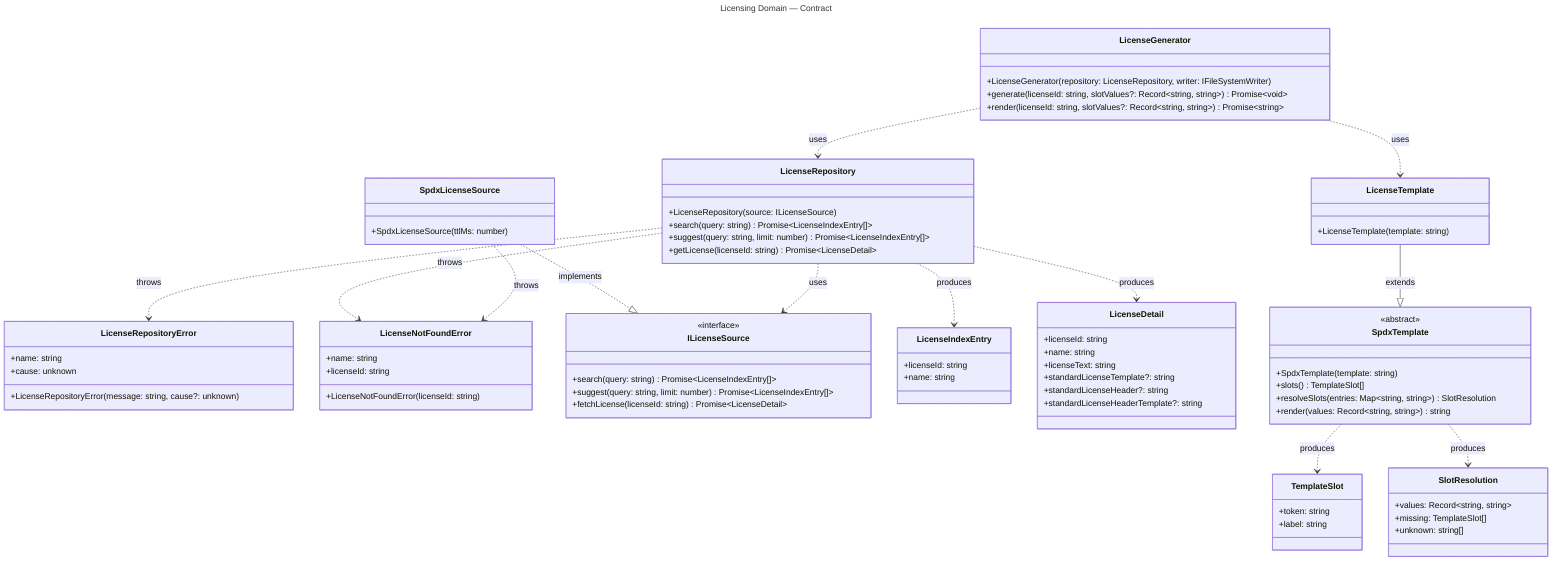
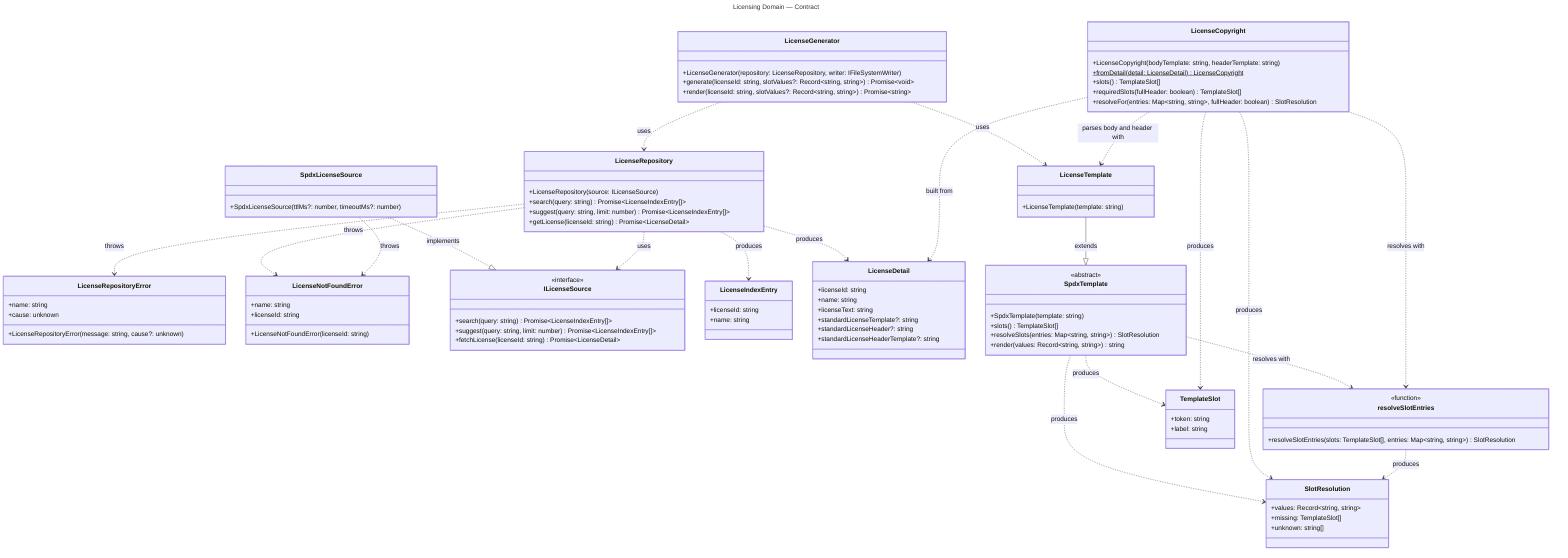
---
title: Licensing Domain — Contract
---
classDiagram
  direction TB

  %% Domain: Licensing (src/licensing)
  %% Focused per-domain view extracted from ../class-diagram.mmd.
  %% Shows ONLY Licensing-domain classes and their intra-domain relationships.
  %% Cross-domain relationships (the generator writes through Configuration;
  %% HeaderTemplate extends SpdxTemplate from Headers; consumers in the bootstrap,
  %% CLI and Headers) are intentionally omitted — see ../class-diagram.mmd.

  class LicenseRepository {
    +LicenseRepository(source: ILicenseSource)
    +search(query: string) Promise~LicenseIndexEntry[]~
    +suggest(query: string, limit: number) Promise~LicenseIndexEntry[]~
    +getLicense(licenseId: string) Promise~LicenseDetail~
  }

  class LicenseRepositoryError {
    +name: string
    +cause: unknown
    +LicenseRepositoryError(message: string, cause?: unknown)
  }

  class LicenseNotFoundError {
    +name: string
    +licenseId: string
    +LicenseNotFoundError(licenseId: string)
  }

  class ILicenseSource {
    <<interface>>
    +search(query: string) Promise~LicenseIndexEntry[]~
    +suggest(query: string, limit: number) Promise~LicenseIndexEntry[]~
    +fetchLicense(licenseId: string) Promise~LicenseDetail~
  }

  class SpdxLicenseSource {
-     +SpdxLicenseSource(ttlMs: number)
+     +SpdxLicenseSource(ttlMs?: number, timeoutMs?: number)
  }

  class LicenseIndexEntry {
    +licenseId: string
    +name: string
  }

  class LicenseDetail {
    +licenseId: string
    +name: string
    +licenseText: string
    +standardLicenseTemplate?: string
    +standardLicenseHeader?: string
    +standardLicenseHeaderTemplate?: string
  }

  class SpdxTemplate {
    <<abstract>>
    +SpdxTemplate(template: string)
    +slots() TemplateSlot[]
    +resolveSlots(entries: Map~string, string~) SlotResolution
    +render(values: Record~string, string~) string
  }

  class LicenseTemplate {
    +LicenseTemplate(template: string)
+   }
+ 
+   class LicenseCopyright {
+     +LicenseCopyright(bodyTemplate: string, headerTemplate: string)
+     +fromDetail(detail: LicenseDetail)$ LicenseCopyright
+     +slots() TemplateSlot[]
+     +requiredSlots(fullHeader: boolean) TemplateSlot[]
+     +resolveFor(entries: Map~string, string~, fullHeader: boolean) SlotResolution
+   }
+ 
+   class resolveSlotEntries {
+     <<function>>
+     +resolveSlotEntries(slots: TemplateSlot[], entries: Map~string, string~) SlotResolution
  }

  class TemplateSlot {
    +token: string
    +label: string
  }

  class SlotResolution {
    +values: Record~string, string~
    +missing: TemplateSlot[]
    +unknown: string[]
  }

  class LicenseGenerator {
    +LicenseGenerator(repository: LicenseRepository, writer: IFileSystemWriter)
    +generate(licenseId: string, slotValues?: Record~string, string~) Promise~void~
    +render(licenseId: string, slotValues?: Record~string, string~) Promise~string~
  }

  SpdxLicenseSource ..|> ILicenseSource : implements
  LicenseRepository ..> ILicenseSource : uses
  LicenseRepository ..> LicenseIndexEntry : produces
  LicenseRepository ..> LicenseDetail : produces
  LicenseRepository ..> LicenseRepositoryError : throws
  LicenseRepository ..> LicenseNotFoundError : throws
  SpdxLicenseSource ..> LicenseNotFoundError : throws
  LicenseGenerator ..> LicenseRepository : uses
  LicenseGenerator ..> LicenseTemplate : uses
  LicenseTemplate --|> SpdxTemplate : extends
  SpdxTemplate ..> TemplateSlot : produces
  SpdxTemplate ..> SlotResolution : produces
+   SpdxTemplate ..> resolveSlotEntries : resolves with
+   LicenseCopyright ..> LicenseTemplate : parses body and header with
+   LicenseCopyright ..> LicenseDetail : built from
+   LicenseCopyright ..> resolveSlotEntries : resolves with
+   LicenseCopyright ..> TemplateSlot : produces
+   LicenseCopyright ..> SlotResolution : produces
+   resolveSlotEntries ..> SlotResolution : produces
